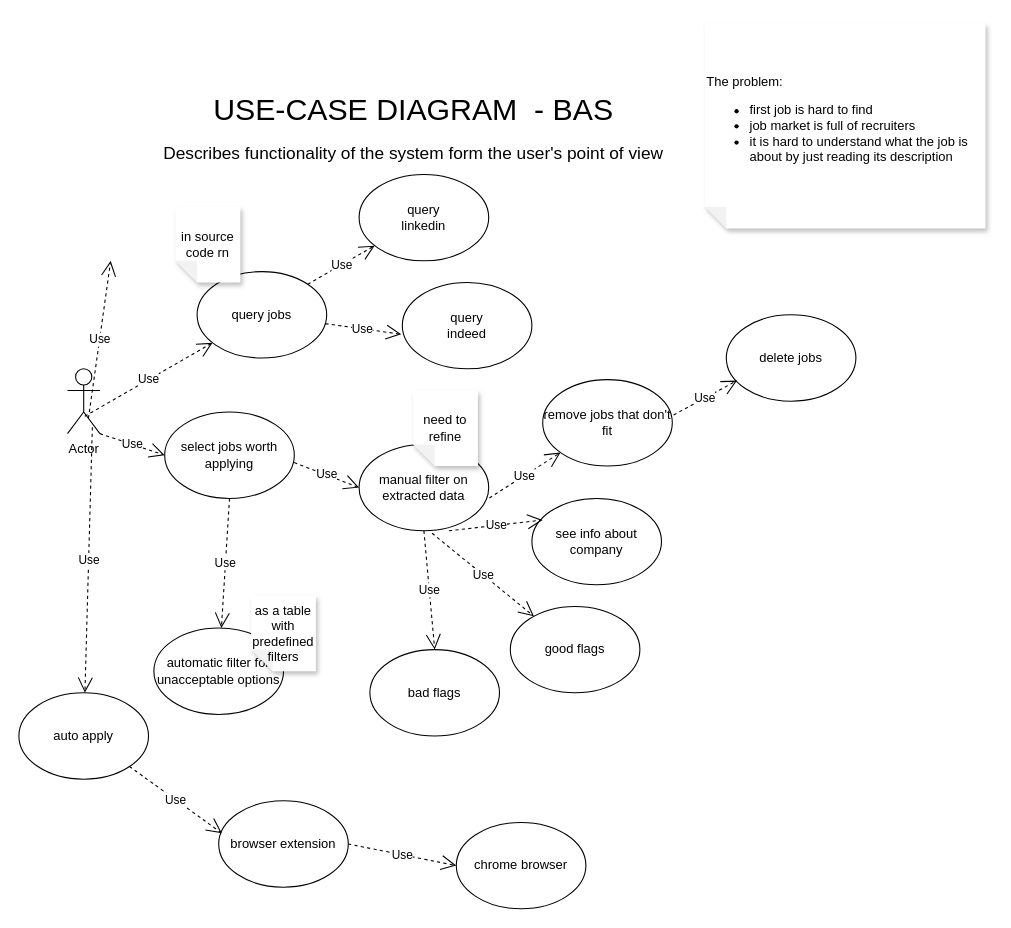
The draw.io diagram page "USE-CASE" (2 of 3) of diagrams/Diagram.drawio in vadzimk/bas, before the edit. Source tidied: cells renumbered, new cells numbered last; positions are measured from the earlier drawing's top-left corner, leaving out a move shared by most shapes. Both pictures are drawn from the tidied source at 108%, with x=0, y=0 at pixel (18, 23).
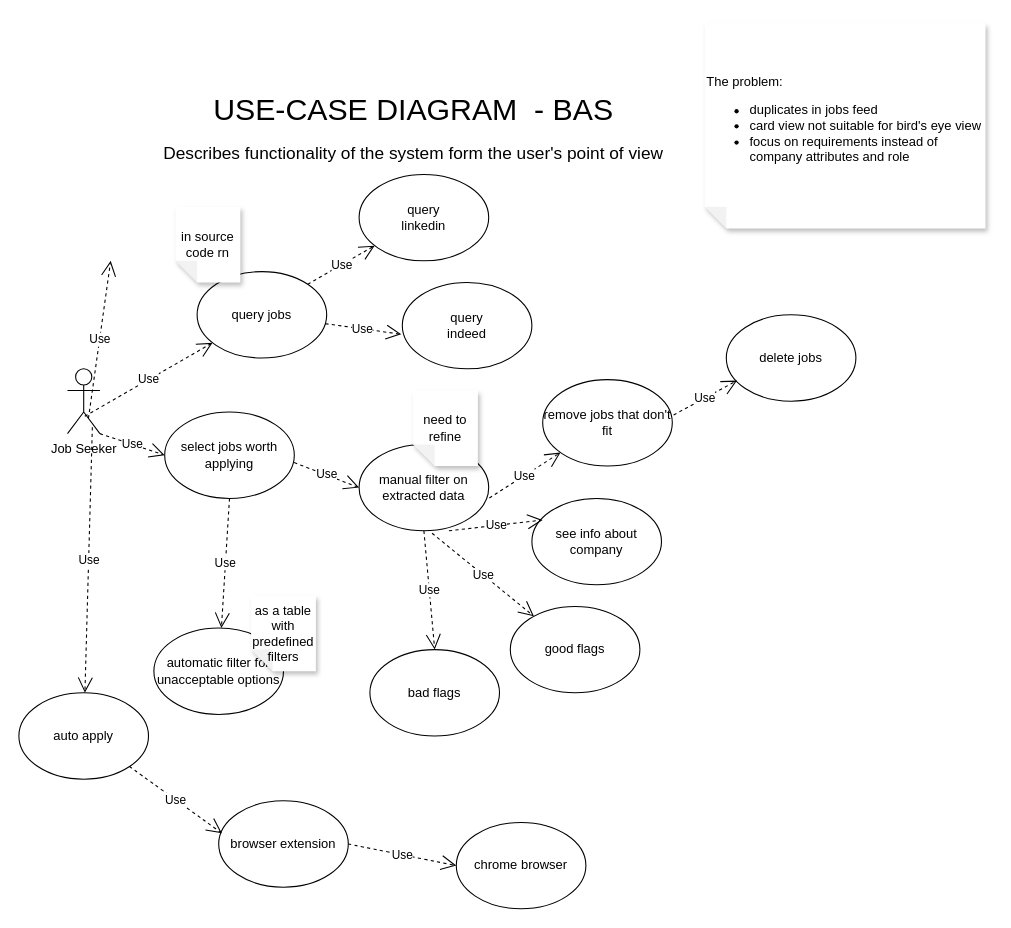
The same diagram, later.

Commit message (it also covers changes not shown here):
update diagram, fix bug with job id

The edit, as a diff of the source:
```diff
@@
-    <mxCell id="2" value="Actor" style="shape=umlActor;verticalLabelPosition=bottom;verticalAlign=top;html=1;" parent="1" vertex="1">
+    <mxCell id="2" value="Job Seeker" style="shape=umlActor;verticalLabelPosition=bottom;verticalAlign=top;html=1;" parent="1" vertex="1">
       <mxGeometry x="45" y="320" width="30" height="60" as="geometry" />
     </mxCell>
@@
-    <mxCell id="33" value="&lt;span style=&quot;background-color: initial;&quot;&gt;The problem:&lt;/span&gt;&lt;br&gt;&lt;blockquote style=&quot;margin: 0 0 0 40px; border: none; padding: 0px;&quot;&gt;&lt;/blockquote&gt;&lt;ul&gt;&lt;li&gt;&lt;span style=&quot;background-color: initial;&quot;&gt;first job is hard to find&lt;/span&gt;&lt;/li&gt;&lt;li&gt;&lt;span style=&quot;background-color: initial;&quot;&gt;job market is full of recruiters&lt;/span&gt;&lt;/li&gt;&lt;li&gt;&lt;span style=&quot;background-color: initial;&quot;&gt;it is hard to understand what the job is about by just reading its description&lt;/span&gt;&lt;/li&gt;&lt;/ul&gt;&lt;blockquote style=&quot;margin: 0 0 0 40px; border: none; padding: 0px;&quot;&gt;&lt;/blockquote&gt;" style="shape=note;whiteSpace=wrap;html=1;backgroundOutline=1;fontColor=#000000;darkOpacity=0.05;fillColor=default;strokeColor=none;fillStyle=solid;direction=west;gradientDirection=north;gradientColor=#ffffff;shadow=1;size=20;hachureGap=4;align=left;" parent="1" vertex="1">
+    <mxCell id="33" value="&lt;span&gt;The problem:&lt;/span&gt;&lt;br&gt;&lt;blockquote style=&quot;margin: 0 0 0 40px ; border: none ; padding: 0px&quot;&gt;&lt;/blockquote&gt;&lt;ul&gt;&lt;li&gt;duplicates in jobs feed&lt;/li&gt;&lt;li&gt;card view not suitable for bird's eye view&lt;/li&gt;&lt;li&gt;focus on requirements instead of company attributes and role&lt;/li&gt;&lt;/ul&gt;&lt;blockquote style=&quot;margin: 0 0 0 40px ; border: none ; padding: 0px&quot;&gt;&lt;/blockquote&gt;" style="shape=note;whiteSpace=wrap;html=1;backgroundOutline=1;fontColor=#000000;darkOpacity=0.05;fillColor=default;strokeColor=none;fillStyle=solid;direction=west;gradientDirection=north;gradientColor=#ffffff;shadow=1;size=20;hachureGap=4;align=left;" parent="1" vertex="1">
       <mxGeometry x="635" width="260" height="190" as="geometry" />
     </mxCell>
```
